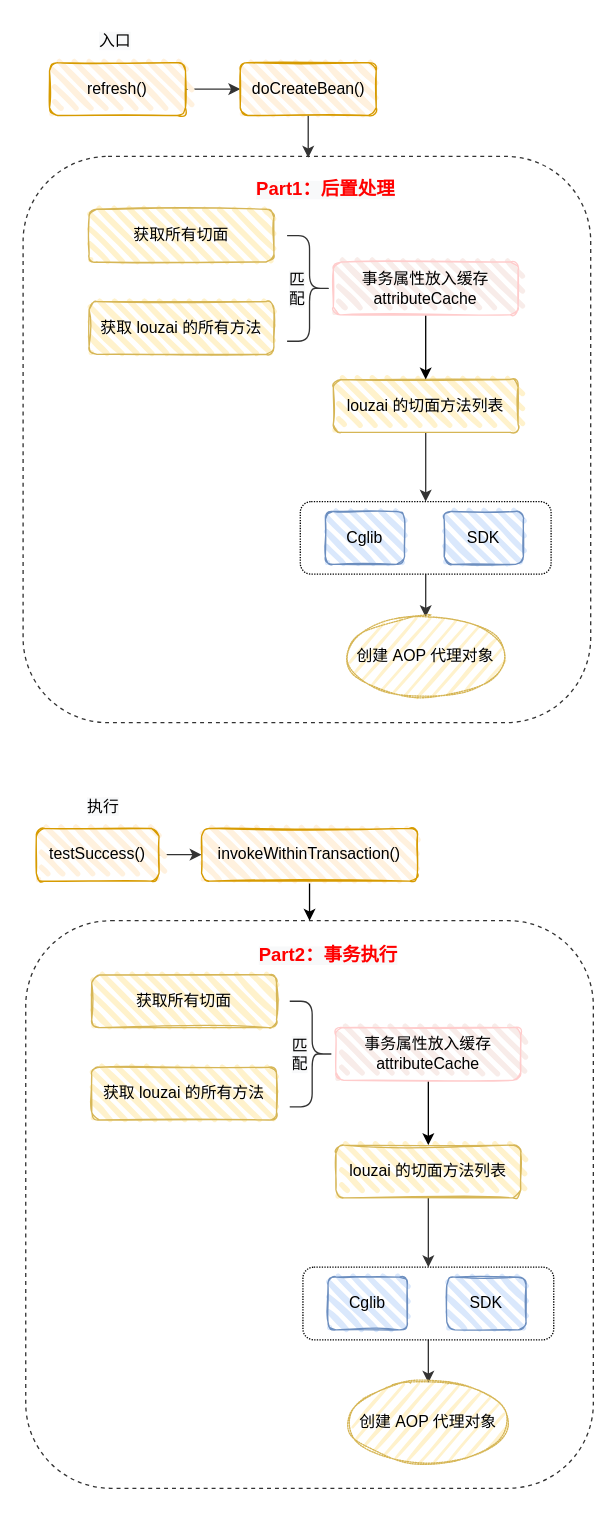
The draw.io diagram drawfile/事务.drawio in lml200701158/draw, before the edit. Source tidied: cells renumbered, new cells numbered last; positions are measured from the earlier drawing's top-left corner, leaving out a move shared by most shapes. Both pictures are drawn from the tidied source at 132%, with x=0, y=0 at pixel (22, 22).
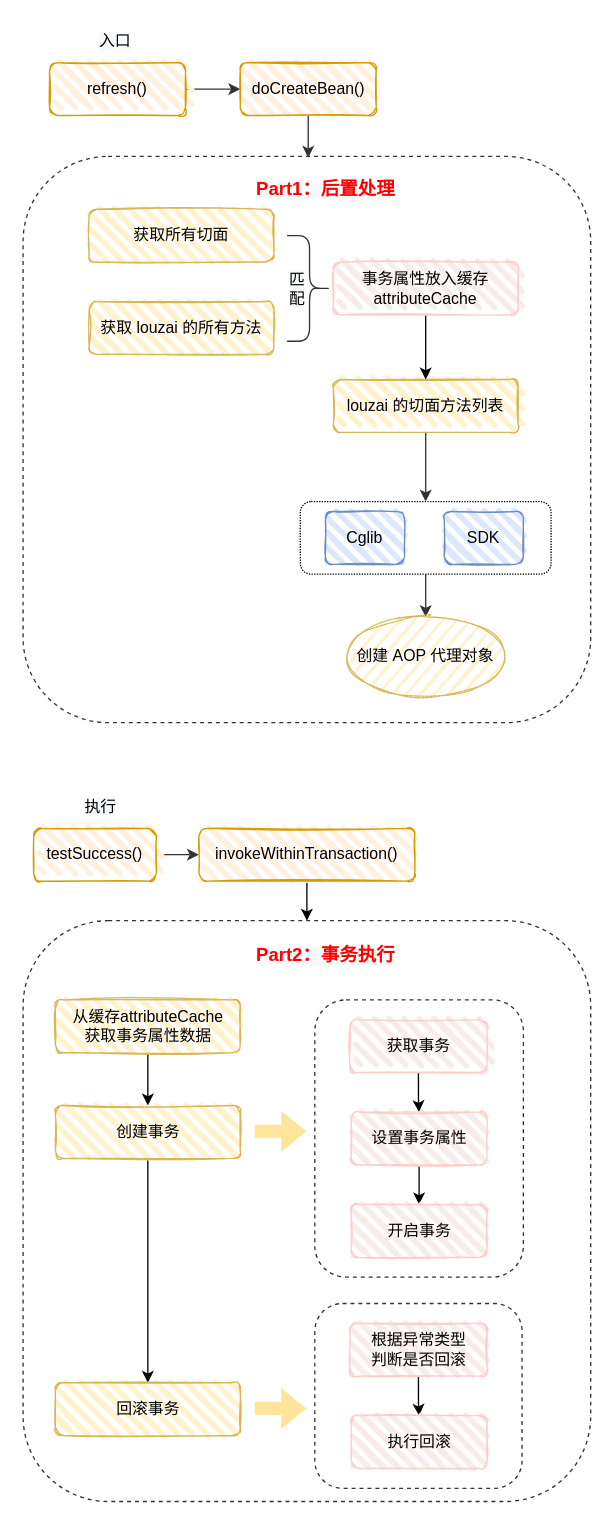
After the change.

The edit, as a diff of the source:
```diff
@@
     <mxCell id="24" value="invokeWithinTransaction()" style="rounded=1;whiteSpace=wrap;html=1;strokeWidth=1;fillWeight=4;hachureGap=8;hachureAngle=45;fillColor=#FFF1DE;sketch=1;strokeColor=#d79b00;" parent="1" vertex="1">
-      <mxGeometry x="135.2" y="610" width="163.5" height="40" as="geometry" />
+      <mxGeometry x="133.2" y="610" width="163.5" height="40" as="geometry" />
     </mxCell>
     <mxCell id="25" style="rounded=1;whiteSpace=wrap;html=1;strokeColor=#333333;fontColor=#5C5C5C;fillColor=none;dashed=1;" parent="1" vertex="1">
-      <mxGeometry x="2" y="680" width="430" height="430" as="geometry" />
+      <mxGeometry y="680" width="430" height="440" as="geometry" />
     </mxCell>
     <mxCell id="26" value="&lt;span style=&quot;font-family: Helvetica; font-style: normal; font-variant-ligatures: normal; font-variant-caps: normal; letter-spacing: normal; orphans: 2; text-align: center; text-indent: 0px; text-transform: none; widows: 2; word-spacing: 0px; -webkit-text-stroke-width: 0px; background-color: rgb(248, 249, 250); text-decoration-thickness: initial; text-decoration-style: initial; text-decoration-color: initial; float: none; display: inline !important;&quot;&gt;&lt;font color=&quot;#ff0000&quot; style=&quot;font-size: 14px;&quot;&gt;&lt;b&gt;Part2：事务执行&lt;/b&gt;&lt;/font&gt;&lt;/span&gt;" style="text;whiteSpace=wrap;html=1;fontColor=#5C5C5C;" parent="1" vertex="1">
-      <mxGeometry x="177" y="691" width="110" height="30" as="geometry" />
+      <mxGeometry x="175" y="691" width="110" height="30" as="geometry" />
     </mxCell>
-    <mxCell id="27" value="获取所有切面" style="rounded=1;whiteSpace=wrap;html=1;strokeWidth=1;fillWeight=4;hachureGap=8;hachureAngle=45;fillColor=#fff2cc;sketch=1;strokeColor=#d6b656;gradientColor=none;" parent="1" vertex="1">
-      <mxGeometry x="52" y="721" width="140" height="40" as="geometry" />
-    </mxCell>
-    <mxCell id="28" value="获取 louzai 的所有方法" style="rounded=1;whiteSpace=wrap;html=1;strokeWidth=1;fillWeight=4;hachureGap=8;hachureAngle=45;fillColor=#fff2cc;sketch=1;strokeColor=#d6b656;gradientColor=none;" parent="1" vertex="1">
-      <mxGeometry x="52" y="791" width="140" height="40" as="geometry" />
-    </mxCell>
-    <mxCell id="29" style="shape=curlyBracket;whiteSpace=wrap;html=1;rounded=1;flipH=1;labelBackgroundColor=none;strokeColor=#333333;strokeWidth=1;fontSize=10;fontColor=#5C5C5C;fillColor=none;" parent="1" vertex="1">
-      <mxGeometry x="202" y="741" width="34" height="80" as="geometry" />
-    </mxCell>
-    <mxCell id="30" style="edgeStyle=orthogonalEdgeStyle;rounded=0;jettySize=auto;html=1;entryX=0.5;entryY=0;entryDx=0;entryDy=0;strokeColor=#333333;fontSize=10;fontColor=#5C5C5C;fillColor=#21C0A5;" parent="1" edge="1" source="31" target="34">
-      <mxGeometry relative="1" as="geometry" />
-    </mxCell>
-    <mxCell id="31" value="louzai 的切面方法列表" style="rounded=1;whiteSpace=wrap;html=1;strokeWidth=1;fillWeight=4;hachureGap=8;hachureAngle=45;fillColor=#fff2cc;sketch=1;strokeColor=#d6b656;gradientColor=none;" parent="1" vertex="1">
-      <mxGeometry x="237" y="850" width="140" height="40" as="geometry" />
-    </mxCell>
-    <mxCell id="32" value="&lt;span style=&quot;color: rgb(0, 0, 0); font-family: Helvetica; font-size: 12px; font-style: normal; font-variant-ligatures: normal; font-variant-caps: normal; font-weight: 400; letter-spacing: normal; orphans: 2; text-align: center; text-indent: 0px; text-transform: none; widows: 2; word-spacing: 0px; -webkit-text-stroke-width: 0px; background-color: rgb(248, 249, 250); text-decoration-thickness: initial; text-decoration-style: initial; text-decoration-color: initial; float: none; display: inline !important;&quot;&gt;匹&lt;br&gt;配&lt;/span&gt;" style="text;whiteSpace=wrap;html=1;fontSize=10;fontColor=#5C5C5C;" parent="1" vertex="1">
-      <mxGeometry x="202" y="761" width="10" height="30" as="geometry" />
-    </mxCell>
-    <mxCell id="33" style="edgeStyle=orthogonalEdgeStyle;rounded=0;jettySize=auto;html=1;entryX=0.5;entryY=0;entryDx=0;entryDy=0;strokeColor=#333333;fontSize=10;fontColor=#5C5C5C;fillColor=#21C0A5;" parent="1" edge="1" source="34" target="38">
-      <mxGeometry relative="1" as="geometry" />
-    </mxCell>
-    <mxCell id="34" style="rounded=1;whiteSpace=wrap;html=1;strokeColor=default;fontColor=#5C5C5C;fillColor=none;dashed=1;dashPattern=1 1;" parent="1" vertex="1">
-      <mxGeometry x="212" y="942.5" width="190" height="55" as="geometry" />
-    </mxCell>
-    <mxCell id="35" value="Cglib" style="rounded=1;whiteSpace=wrap;html=1;strokeWidth=1;fillWeight=4;hachureGap=8;hachureAngle=45;fillColor=#dae8fc;sketch=1;strokeColor=#6c8ebf;" parent="1" vertex="1">
-      <mxGeometry x="231" y="950" width="60" height="40" as="geometry" />
-    </mxCell>
-    <mxCell id="36" value="SDK" style="rounded=1;whiteSpace=wrap;html=1;strokeWidth=1;fillWeight=4;hachureGap=8;hachureAngle=45;fillColor=#dae8fc;sketch=1;strokeColor=#6c8ebf;" parent="1" vertex="1">
-      <mxGeometry x="321" y="950" width="60" height="40" as="geometry" />
-    </mxCell>
     <mxCell id="37" value="&lt;span style=&quot;color: rgb(0, 0, 0); font-family: Helvetica; font-size: 12px; font-style: normal; font-variant-ligatures: normal; font-variant-caps: normal; font-weight: 400; letter-spacing: normal; orphans: 2; text-align: center; text-indent: 0px; text-transform: none; widows: 2; word-spacing: 0px; -webkit-text-stroke-width: 0px; background-color: rgb(248, 249, 250); text-decoration-thickness: initial; text-decoration-style: initial; text-decoration-color: initial; float: none; display: inline !important;&quot;&gt;执行&lt;/span&gt;" style="text;whiteSpace=wrap;html=1;fontSize=10;fontColor=#5C5C5C;" parent="1" vertex="1">
-      <mxGeometry x="46.5" y="580" width="50" height="30" as="geometry" />
+      <mxGeometry x="44.5" y="580" width="50" height="30" as="geometry" />
     </mxCell>
-    <mxCell id="38" value="&lt;span style=&quot;font-size: 12px;&quot;&gt;创建 AOP 代理对象&lt;/span&gt;" style="ellipse;whiteSpace=wrap;html=1;strokeWidth=1;fillWeight=2;hachureGap=8;fillColor=#fff2cc;fillStyle=dots;sketch=1;dashed=1;dashPattern=1 1;labelBackgroundColor=none;strokeColor=#d6b656;fontSize=10;" parent="1" vertex="1">
-      <mxGeometry x="244" y="1030" width="126" height="60" as="geometry" />
-    </mxCell>
-    <mxCell id="39" style="edgeStyle=orthogonalEdgeStyle;rounded=0;jettySize=auto;html=1;entryX=0.5;entryY=0;entryDx=0;entryDy=0;" parent="1" edge="1" source="40" target="31">
-      <mxGeometry relative="1" as="geometry" />
-    </mxCell>
-    <mxCell id="40" value="事务属性放入缓存&lt;br&gt;attributeCache" style="rounded=1;whiteSpace=wrap;html=1;strokeWidth=1;fillWeight=4;hachureGap=8;hachureAngle=45;fillColor=#F8ECE9;sketch=1;strokeColor=#FFCCCC;" parent="1" vertex="1">
-      <mxGeometry x="237" y="761" width="140" height="40" as="geometry" />
-    </mxCell>
     <mxCell id="41" value="testSuccess()" style="rounded=1;whiteSpace=wrap;html=1;strokeWidth=1;fillWeight=4;hachureGap=8;hachureAngle=45;fillColor=#FFF1DE;sketch=1;strokeColor=#d79b00;" parent="1" vertex="1">
-      <mxGeometry x="10" y="610" width="93" height="40" as="geometry" />
+      <mxGeometry x="8" y="610" width="93" height="40" as="geometry" />
     </mxCell>
+    <mxCell id="42" style="edgeStyle=orthogonalEdgeStyle;rounded=0;jettySize=auto;html=1;entryX=0.5;entryY=0;entryDx=0;entryDy=0;" parent="1" edge="1" source="43" target="45">
+      <mxGeometry relative="1" as="geometry" />
+    </mxCell>
+    <mxCell id="43" value="从缓存attributeCache&lt;br&gt;获取事务属性数据" style="rounded=1;whiteSpace=wrap;html=1;strokeWidth=1;fillWeight=4;hachureGap=8;hachureAngle=45;fillColor=#fff2cc;sketch=1;strokeColor=#d6b656;gradientColor=none;" parent="1" vertex="1">
+      <mxGeometry x="24.5" y="740" width="140" height="40" as="geometry" />
+    </mxCell>
+    <mxCell id="44" style="edgeStyle=orthogonalEdgeStyle;rounded=0;jettySize=auto;html=1;fillColor=#FFF2CC;" parent="1" edge="1" source="45" target="46">
+      <mxGeometry relative="1" as="geometry" />
+    </mxCell>
+    <mxCell id="45" value="创建事务" style="rounded=1;whiteSpace=wrap;html=1;strokeWidth=1;fillWeight=4;hachureGap=8;hachureAngle=45;fillColor=#fff2cc;sketch=1;strokeColor=#d6b656;gradientColor=none;" parent="1" vertex="1">
+      <mxGeometry x="24.5" y="820" width="140" height="40" as="geometry" />
+    </mxCell>
+    <mxCell id="46" value="回滚事务" style="rounded=1;whiteSpace=wrap;html=1;strokeWidth=1;fillWeight=4;hachureGap=8;hachureAngle=45;fillColor=#fff2cc;sketch=1;strokeColor=#d6b656;gradientColor=none;" parent="1" vertex="1">
+      <mxGeometry x="24.5" y="1030" width="140" height="40" as="geometry" />
+    </mxCell>
+    <mxCell id="47" style="rounded=1;whiteSpace=wrap;html=1;strokeColor=#333333;fontColor=#5C5C5C;fillColor=none;dashed=1;" parent="1" vertex="1">
+      <mxGeometry x="221" y="740" width="158" height="210" as="geometry" />
+    </mxCell>
+    <mxCell id="48" style="edgeStyle=orthogonalEdgeStyle;rounded=0;jettySize=auto;html=1;entryX=0.5;entryY=0;entryDx=0;entryDy=0;" parent="1" edge="1" source="49" target="51">
+      <mxGeometry relative="1" as="geometry" />
+    </mxCell>
+    <mxCell id="49" value="获取事务" style="rounded=1;whiteSpace=wrap;html=1;strokeWidth=1;fillWeight=4;hachureGap=8;hachureAngle=45;fillColor=#F8ECE9;sketch=1;strokeColor=#FFCCCC;" parent="1" vertex="1">
+      <mxGeometry x="247.5" y="755" width="104" height="40" as="geometry" />
+    </mxCell>
+    <mxCell id="50" style="edgeStyle=orthogonalEdgeStyle;rounded=0;jettySize=auto;html=1;entryX=0.5;entryY=0;entryDx=0;entryDy=0;" parent="1" edge="1" source="51" target="52">
+      <mxGeometry relative="1" as="geometry" />
+    </mxCell>
+    <mxCell id="51" value="设置事务属性" style="rounded=1;whiteSpace=wrap;html=1;strokeWidth=1;fillWeight=4;hachureGap=8;hachureAngle=45;fillColor=#F8ECE9;sketch=1;strokeColor=#FFCCCC;" parent="1" vertex="1">
+      <mxGeometry x="248.5" y="825" width="103" height="40" as="geometry" />
+    </mxCell>
+    <mxCell id="52" value="开启事务" style="rounded=1;whiteSpace=wrap;html=1;strokeWidth=1;fillWeight=4;hachureGap=8;hachureAngle=45;fillColor=#F8ECE9;sketch=1;strokeColor=#FFCCCC;" parent="1" vertex="1">
+      <mxGeometry x="248.5" y="895" width="103" height="40" as="geometry" />
+    </mxCell>
+    <mxCell id="53" style="shape=flexArrow;endArrow=classic;html=1;rounded=0;strokeColor=none;fillColor=#FFE599;" parent="1" edge="1">
+      <mxGeometry relative="1" as="geometry">
+        <mxPoint x="175" y="839.5" as="sourcePoint" />
+        <mxPoint x="215" y="839.5" as="targetPoint" />
+      </mxGeometry>
+    </mxCell>
+    <mxCell id="54" style="rounded=1;whiteSpace=wrap;html=1;strokeColor=#333333;fontColor=#5C5C5C;fillColor=none;dashed=1;" parent="1" vertex="1">
+      <mxGeometry x="221" y="970" width="157" height="140" as="geometry" />
+    </mxCell>
+    <mxCell id="55" style="edgeStyle=orthogonalEdgeStyle;rounded=0;jettySize=auto;html=1;entryX=0.5;entryY=0;entryDx=0;entryDy=0;" parent="1" edge="1" source="56" target="57">
+      <mxGeometry relative="1" as="geometry" />
+    </mxCell>
+    <mxCell id="56" value="根据异常类型&lt;br&gt;判断是否回滚" style="rounded=1;whiteSpace=wrap;html=1;strokeWidth=1;fillWeight=4;hachureGap=8;hachureAngle=45;fillColor=#F8ECE9;sketch=1;strokeColor=#FFCCCC;" parent="1" vertex="1">
+      <mxGeometry x="247.5" y="985" width="104" height="40" as="geometry" />
+    </mxCell>
+    <mxCell id="57" value="执行回滚" style="rounded=1;whiteSpace=wrap;html=1;strokeWidth=1;fillWeight=4;hachureGap=8;hachureAngle=45;fillColor=#F8ECE9;sketch=1;strokeColor=#FFCCCC;" parent="1" vertex="1">
+      <mxGeometry x="248.5" y="1055" width="103" height="40" as="geometry" />
+    </mxCell>
+    <mxCell id="58" style="shape=flexArrow;endArrow=classic;html=1;rounded=0;strokeColor=none;fillColor=#FFE599;" parent="1" edge="1">
+      <mxGeometry relative="1" as="geometry">
+        <mxPoint x="175" y="1049.5" as="sourcePoint" />
+        <mxPoint x="215" y="1049.5" as="targetPoint" />
+      </mxGeometry>
+    </mxCell>
```
